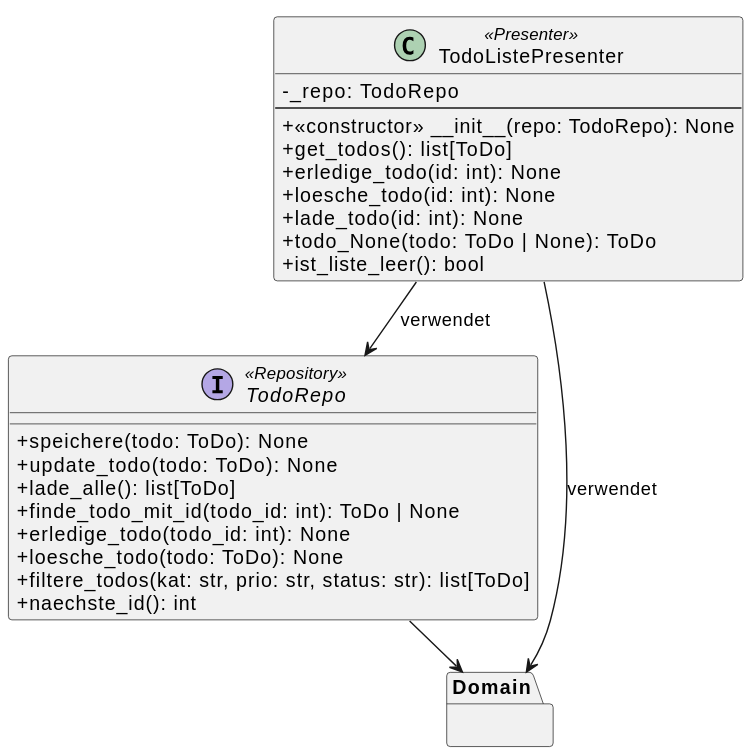
f0xon/Softwareprojekt-Studyplaner keeps this PlantUML diagram as out/Software_Todo_umstrukturiert/presenter/Klassendiagramme/TodoListePresenter/TodoListePresenter.svg. Above is the earlier version.
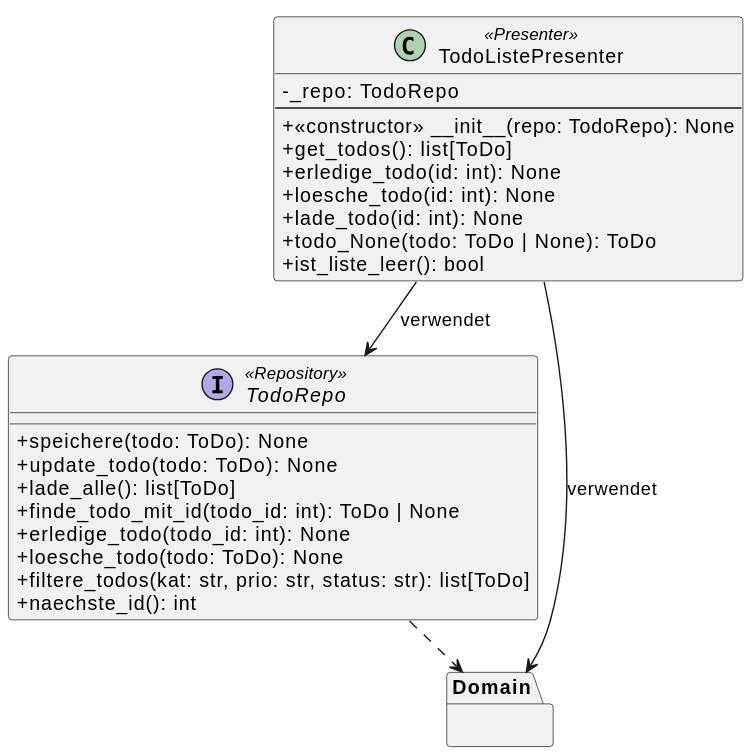
The same file after the commit.

Change to the diagram source:
```diff
@@ -40,5 +40,5 @@
 TodoListePresenter --> TodoRepo : verwendet
 TodoListePresenter --> Domain: verwendet
 
-TodoRepo --> Domain
+TodoRepo ..> Domain
 @enduml
```
